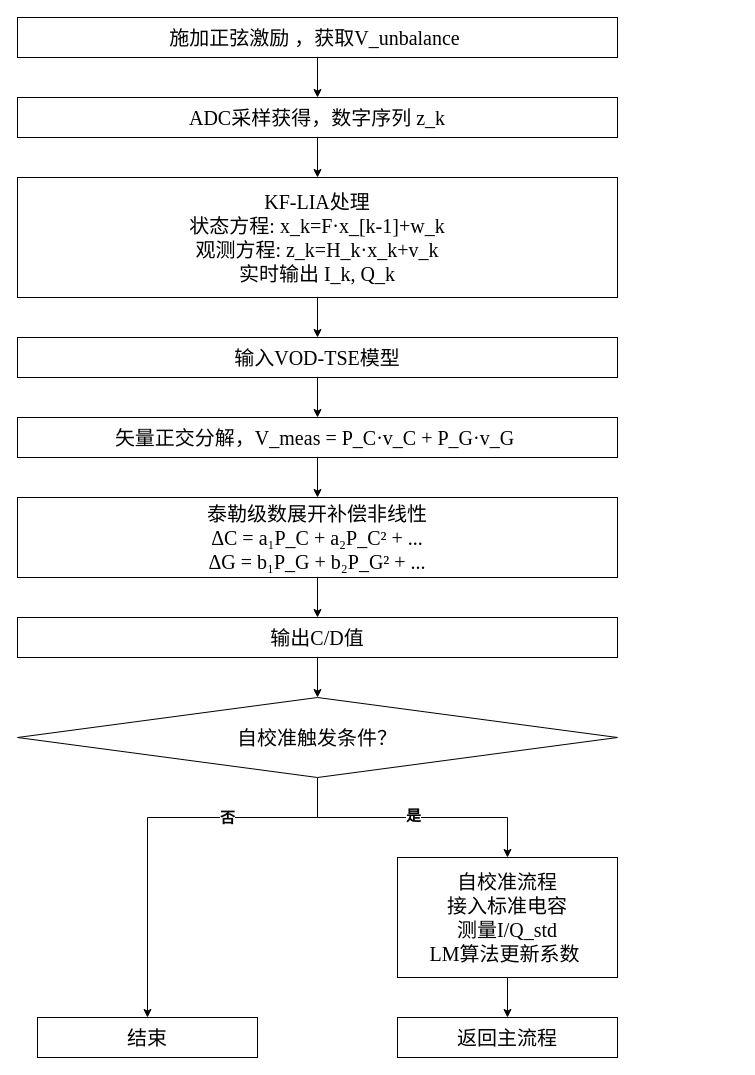
This is 流程图0826.drawio from onlymrwan/hello-world, a draw.io file, before an edit. Source tidied: cells renumbered, new cells numbered last; positions are measured from the earlier drawing's top-left corner, leaving out a move shared by most shapes. Both pictures are drawn from the tidied source at 100%, with x=0, y=0 at pixel (17, 17).
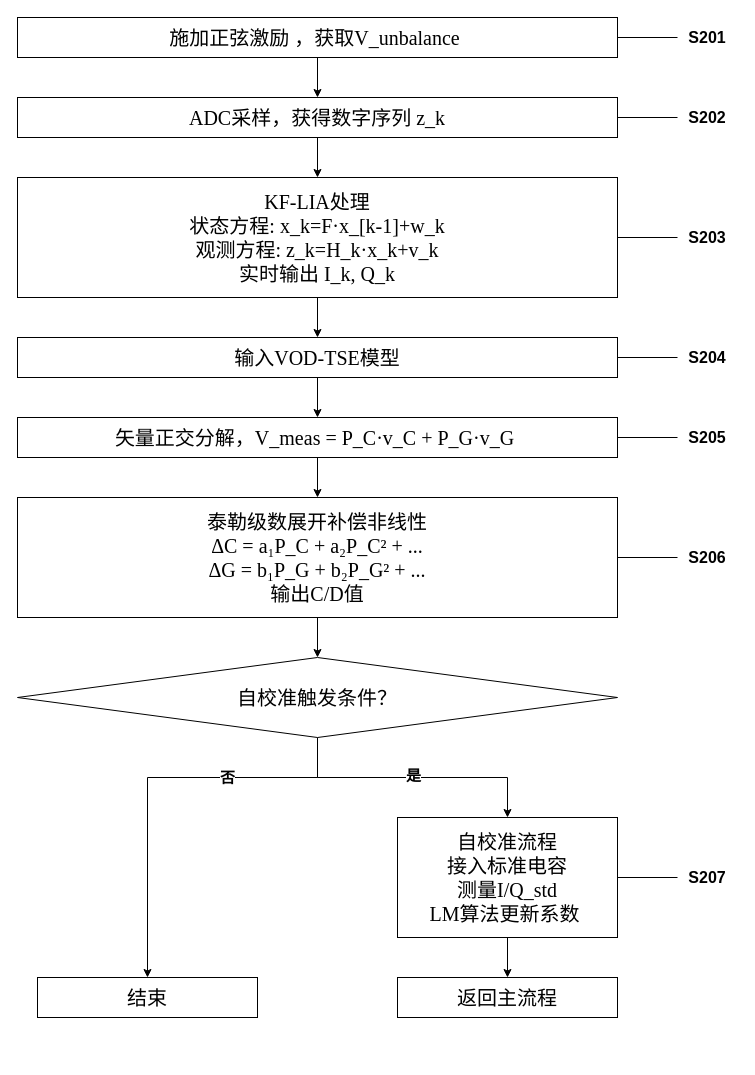
The same page after the edit.

Commit message (it also covers changes not shown here):
更新流程图0826.drawio

Unchanged cells that the change refers to:
```xml
<mxCell id="3" value="&lt;div&gt;&lt;font style=&quot;font-size: 20px;&quot;&gt;施加正弦激励 ，&lt;span style=&quot;background-color: transparent; color: light-dark(rgb(0, 0, 0), rgb(255, 255, 255));&quot;&gt;获取V_unbalance&amp;nbsp;&lt;/span&gt;&lt;/font&gt;&lt;/div&gt;" style="rounded=0;whiteSpace=wrap;html=1;fontFamily=Times New Roman;" parent="1" vertex="1">
  <mxGeometry width="600" height="40" as="geometry" />
</mxCell>
<mxCell id="7" value="&lt;div&gt;&lt;span style=&quot;font-size: 20px;&quot;&gt;KF-LIA处理&lt;/span&gt;&lt;/div&gt;&lt;div&gt;&lt;span style=&quot;background-color: transparent; color: light-dark(rgb(0, 0, 0), rgb(255, 255, 255)); font-size: 20px;&quot;&gt;状态方程: x_k=F·x_[&lt;/span&gt;&lt;span style=&quot;background-color: transparent; color: light-dark(rgb(0, 0, 0), rgb(255, 255, 255)); font-size: 20px;&quot;&gt;k-1&lt;/span&gt;&lt;span style=&quot;background-color: transparent; color: light-dark(rgb(0, 0, 0), rgb(255, 255, 255)); font-size: 20px;&quot;&gt;]+w_k&lt;/span&gt;&lt;/div&gt;&lt;div&gt;&lt;span style=&quot;font-size: 20px; background-color: transparent; color: light-dark(rgb(0, 0, 0), rgb(255, 255, 255));&quot;&gt;观测方程: z_k=H_k·x_k+v_k&lt;/span&gt;&lt;/div&gt;&lt;div&gt;&lt;span style=&quot;font-size: 20px;&quot;&gt;实时输出 I_k, Q_k&lt;/span&gt;&lt;/div&gt;" style="rounded=0;whiteSpace=wrap;html=1;fontFamily=Times New Roman;" parent="1" vertex="1">
  <mxGeometry y="160" width="600" height="120" as="geometry" />
</mxCell>
<mxCell id="9" value="&lt;span style=&quot;font-size: 20px;&quot;&gt;输入VOD-TSE模型&lt;/span&gt;" style="rounded=0;whiteSpace=wrap;html=1;fontFamily=Times New Roman;" parent="1" vertex="1">
  <mxGeometry y="320" width="600" height="40" as="geometry" />
</mxCell>
<mxCell id="11" value="&lt;span style=&quot;font-size: 20px;&quot;&gt;矢量正交分解，V_meas = P_C·v_C + P_G·v_G&amp;nbsp;&lt;/span&gt;" style="rounded=0;whiteSpace=wrap;html=1;fontFamily=Times New Roman;" parent="1" vertex="1">
  <mxGeometry y="400" width="600" height="40" as="geometry" />
</mxCell>
```

Change to the diagram source:
```diff
@@
+    <mxCell id="25" style="edgeStyle=orthogonalEdgeStyle;rounded=0;jettySize=auto;html=1;endArrow=none;endFill=0;" parent="1" edge="1" source="3" target="33">
+      <mxGeometry relative="1" as="geometry" />
+    </mxCell>
@@
+    <mxCell id="26" style="edgeStyle=orthogonalEdgeStyle;rounded=0;jettySize=auto;html=1;endArrow=none;endFill=0;" parent="1" edge="1" source="5" target="34">
+      <mxGeometry relative="1" as="geometry" />
+    </mxCell>
-    <mxCell id="5" value="&lt;div&gt;&lt;span style=&quot;font-size: 20px;&quot;&gt;ADC采样获得，&lt;/span&gt;&lt;span style=&quot;font-size: 20px; background-color: transparent; color: light-dark(rgb(0, 0, 0), rgb(255, 255, 255));&quot;&gt;数字序列 z_k&lt;/span&gt;&lt;/div&gt;" style="rounded=0;whiteSpace=wrap;html=1;fontFamily=Times New Roman;" parent="1" vertex="1">
+    <mxCell id="5" value="&lt;div&gt;&lt;span style=&quot;font-size: 20px;&quot;&gt;ADC采样，获得&lt;/span&gt;&lt;span style=&quot;font-size: 20px; background-color: transparent; color: light-dark(rgb(0, 0, 0), rgb(255, 255, 255));&quot;&gt;数字序列 z_k&lt;/span&gt;&lt;/div&gt;" style="rounded=0;whiteSpace=wrap;html=1;fontFamily=Times New Roman;" parent="1" vertex="1">
       <mxGeometry y="80" width="600" height="40" as="geometry" />
     </mxCell>
@@
+    <mxCell id="27" style="edgeStyle=orthogonalEdgeStyle;rounded=0;jettySize=auto;html=1;endArrow=none;endFill=0;" parent="1" edge="1" source="7" target="35">
+      <mxGeometry relative="1" as="geometry" />
+    </mxCell>
@@
+    <mxCell id="28" style="edgeStyle=orthogonalEdgeStyle;rounded=0;jettySize=auto;html=1;endArrow=none;endFill=0;" parent="1" edge="1" source="9" target="36">
+      <mxGeometry relative="1" as="geometry" />
+    </mxCell>
@@
+    <mxCell id="29" style="edgeStyle=orthogonalEdgeStyle;rounded=0;jettySize=auto;html=1;endArrow=none;endFill=0;" parent="1" edge="1" source="11" target="37">
+      <mxGeometry relative="1" as="geometry" />
+    </mxCell>
@@
-    <mxCell id="12" style="edgeStyle=orthogonalEdgeStyle;rounded=0;jettySize=auto;html=1;" parent="1" edge="1" source="13" target="15">
-      <mxGeometry relative="1" as="geometry" />
-    </mxCell>
+    <mxCell id="30" style="edgeStyle=orthogonalEdgeStyle;rounded=0;jettySize=auto;html=1;" parent="1" edge="1" source="13" target="20">
+      <mxGeometry relative="1" as="geometry" />
+    </mxCell>
+    <mxCell id="31" style="edgeStyle=orthogonalEdgeStyle;rounded=0;jettySize=auto;html=1;endArrow=none;endFill=0;" parent="1" edge="1" source="13" target="38">
+      <mxGeometry relative="1" as="geometry" />
+    </mxCell>
-    <mxCell id="13" value="&lt;span style=&quot;font-size: 20px;&quot;&gt;泰勒级数展开补偿非线性&lt;/span&gt;&lt;div&gt;&lt;span style=&quot;font-size: 20px;&quot;&gt;ΔC = a₁P_C + a₂P_C² + ...&lt;/span&gt;&lt;/div&gt;&lt;div&gt;&lt;span style=&quot;font-size: 20px;&quot;&gt;ΔG = b₁P_G + b₂P_G² + ...&lt;/span&gt;&lt;/div&gt;" style="rounded=0;whiteSpace=wrap;html=1;fontFamily=Times New Roman;" parent="1" vertex="1">
-      <mxGeometry y="480" width="600" height="80" as="geometry" />
+    <mxCell id="13" value="&lt;span style=&quot;font-size: 20px;&quot;&gt;泰勒级数展开补偿非线性&lt;/span&gt;&lt;div&gt;&lt;span style=&quot;font-size: 20px;&quot;&gt;ΔC = a₁P_C + a₂P_C² + ...&lt;/span&gt;&lt;/div&gt;&lt;div&gt;&lt;span style=&quot;font-size: 20px;&quot;&gt;ΔG = b₁P_G + b₂P_G² + ...&lt;/span&gt;&lt;/div&gt;&lt;div&gt;&lt;span style=&quot;font-size: 20px;&quot;&gt;输出C/D值&lt;/span&gt;&lt;/div&gt;" style="rounded=0;whiteSpace=wrap;html=1;fontFamily=Times New Roman;" parent="1" vertex="1">
+      <mxGeometry y="480" width="600" height="120" as="geometry" />
     </mxCell>
-    <mxCell id="14" style="edgeStyle=orthogonalEdgeStyle;rounded=0;jettySize=auto;html=1;" parent="1" edge="1" source="15" target="20">
-      <mxGeometry relative="1" as="geometry" />
-    </mxCell>
-    <mxCell id="15" value="&lt;span style=&quot;font-size: 20px;&quot;&gt;输出C/D值&lt;/span&gt;" style="rounded=0;whiteSpace=wrap;html=1;fontFamily=Times New Roman;" parent="1" vertex="1">
-      <mxGeometry y="600" width="600" height="40" as="geometry" />
-    </mxCell>
@@
     <mxCell id="18" style="edgeStyle=orthogonalEdgeStyle;rounded=0;jettySize=auto;html=1;exitX=0.5;exitY=1;exitDx=0;exitDy=0;exitPerimeter=0;entryX=0.5;entryY=0;entryDx=0;entryDy=0;" parent="1" edge="1" source="20" target="24">
       <mxGeometry relative="1" as="geometry">
         <Array as="points">
-          <mxPoint x="300" y="800" />
-          <mxPoint x="130" y="800" />
+          <mxPoint x="300" y="760" />
+          <mxPoint x="130" y="760" />
         </Array>
       </mxGeometry>
     </mxCell>
@@
     <mxCell id="20" value="&lt;font style=&quot;font-size: 20px;&quot;&gt;自校准触发条件？&lt;/font&gt;" style="strokeWidth=1;html=1;shape=mxgraph.flowchart.decision;whiteSpace=wrap;fontFamily=Times New Roman;" parent="1" vertex="1">
-      <mxGeometry y="680" width="600" height="80" as="geometry" />
+      <mxGeometry y="640" width="600" height="80" as="geometry" />
     </mxCell>
@@
+    <mxCell id="32" style="edgeStyle=orthogonalEdgeStyle;rounded=0;jettySize=auto;html=1;endArrow=none;endFill=0;" parent="1" edge="1" source="22" target="39">
+      <mxGeometry relative="1" as="geometry" />
+    </mxCell>
     <mxCell id="22" value="&lt;span style=&quot;font-size: 20px;&quot;&gt;自校准流程&lt;/span&gt;&lt;div&gt;&lt;span style=&quot;font-size: 20px;&quot;&gt;接入标准电容&lt;/span&gt;&lt;/div&gt;&lt;div&gt;&lt;span style=&quot;font-size: 20px;&quot;&gt;测量I/Q_std&lt;/span&gt;&lt;/div&gt;&lt;div&gt;&lt;span style=&quot;font-size: 20px;&quot;&gt;LM算法更新系数&amp;nbsp;&lt;/span&gt;&lt;/div&gt;" style="rounded=0;whiteSpace=wrap;html=1;fontFamily=Times New Roman;" parent="1" vertex="1">
-      <mxGeometry x="380" y="840" width="220" height="120" as="geometry" />
+      <mxGeometry x="380" y="800" width="220" height="120" as="geometry" />
     </mxCell>
     <mxCell id="23" value="&lt;span style=&quot;font-size: 20px;&quot;&gt;返回主流程&lt;/span&gt;" style="rounded=0;whiteSpace=wrap;html=1;fontFamily=Times New Roman;" parent="1" vertex="1">
-      <mxGeometry x="380" y="1000" width="220" height="40" as="geometry" />
+      <mxGeometry x="380" y="960" width="220" height="40" as="geometry" />
     </mxCell>
     <mxCell id="24" value="&lt;span style=&quot;font-size: 20px;&quot;&gt;结束&lt;/span&gt;" style="rounded=0;whiteSpace=wrap;html=1;fontFamily=Times New Roman;" parent="1" vertex="1">
-      <mxGeometry x="20" y="1000" width="220" height="40" as="geometry" />
+      <mxGeometry x="20" y="960" width="220" height="40" as="geometry" />
     </mxCell>
+    <mxCell id="33" value="&lt;font style=&quot;font-size: 16px;&quot;&gt;&lt;b&gt;S201&lt;/b&gt;&lt;/font&gt;" style="text;html=1;align=center;verticalAlign=middle;whiteSpace=wrap;rounded=0;" parent="1" vertex="1">
+      <mxGeometry x="660" y="5" width="60" height="30" as="geometry" />
+    </mxCell>
+    <mxCell id="34" value="&lt;font style=&quot;font-size: 16px;&quot;&gt;&lt;b&gt;S202&lt;/b&gt;&lt;/font&gt;" style="text;html=1;align=center;verticalAlign=middle;whiteSpace=wrap;rounded=0;" parent="1" vertex="1">
+      <mxGeometry x="660" y="85" width="60" height="30" as="geometry" />
+    </mxCell>
+    <mxCell id="35" value="&lt;font style=&quot;font-size: 16px;&quot;&gt;&lt;b&gt;S203&lt;/b&gt;&lt;/font&gt;" style="text;html=1;align=center;verticalAlign=middle;whiteSpace=wrap;rounded=0;" parent="1" vertex="1">
+      <mxGeometry x="660" y="205" width="60" height="30" as="geometry" />
+    </mxCell>
+    <mxCell id="36" value="&lt;font style=&quot;font-size: 16px;&quot;&gt;&lt;b&gt;S204&lt;/b&gt;&lt;/font&gt;" style="text;html=1;align=center;verticalAlign=middle;whiteSpace=wrap;rounded=0;" parent="1" vertex="1">
+      <mxGeometry x="660" y="325" width="60" height="30" as="geometry" />
+    </mxCell>
+    <mxCell id="37" value="&lt;font style=&quot;font-size: 16px;&quot;&gt;&lt;b&gt;S205&lt;/b&gt;&lt;/font&gt;" style="text;html=1;align=center;verticalAlign=middle;whiteSpace=wrap;rounded=0;" parent="1" vertex="1">
+      <mxGeometry x="660" y="405" width="60" height="30" as="geometry" />
+    </mxCell>
+    <mxCell id="38" value="&lt;font style=&quot;font-size: 16px;&quot;&gt;&lt;b&gt;S206&lt;/b&gt;&lt;/font&gt;" style="text;html=1;align=center;verticalAlign=middle;whiteSpace=wrap;rounded=0;" parent="1" vertex="1">
+      <mxGeometry x="660" y="525" width="60" height="30" as="geometry" />
+    </mxCell>
+    <mxCell id="39" value="&lt;font style=&quot;font-size: 16px;&quot;&gt;&lt;b&gt;S207&lt;/b&gt;&lt;/font&gt;" style="text;html=1;align=center;verticalAlign=middle;whiteSpace=wrap;rounded=0;" parent="1" vertex="1">
+      <mxGeometry x="660" y="845" width="60" height="30" as="geometry" />
+    </mxCell>
```
